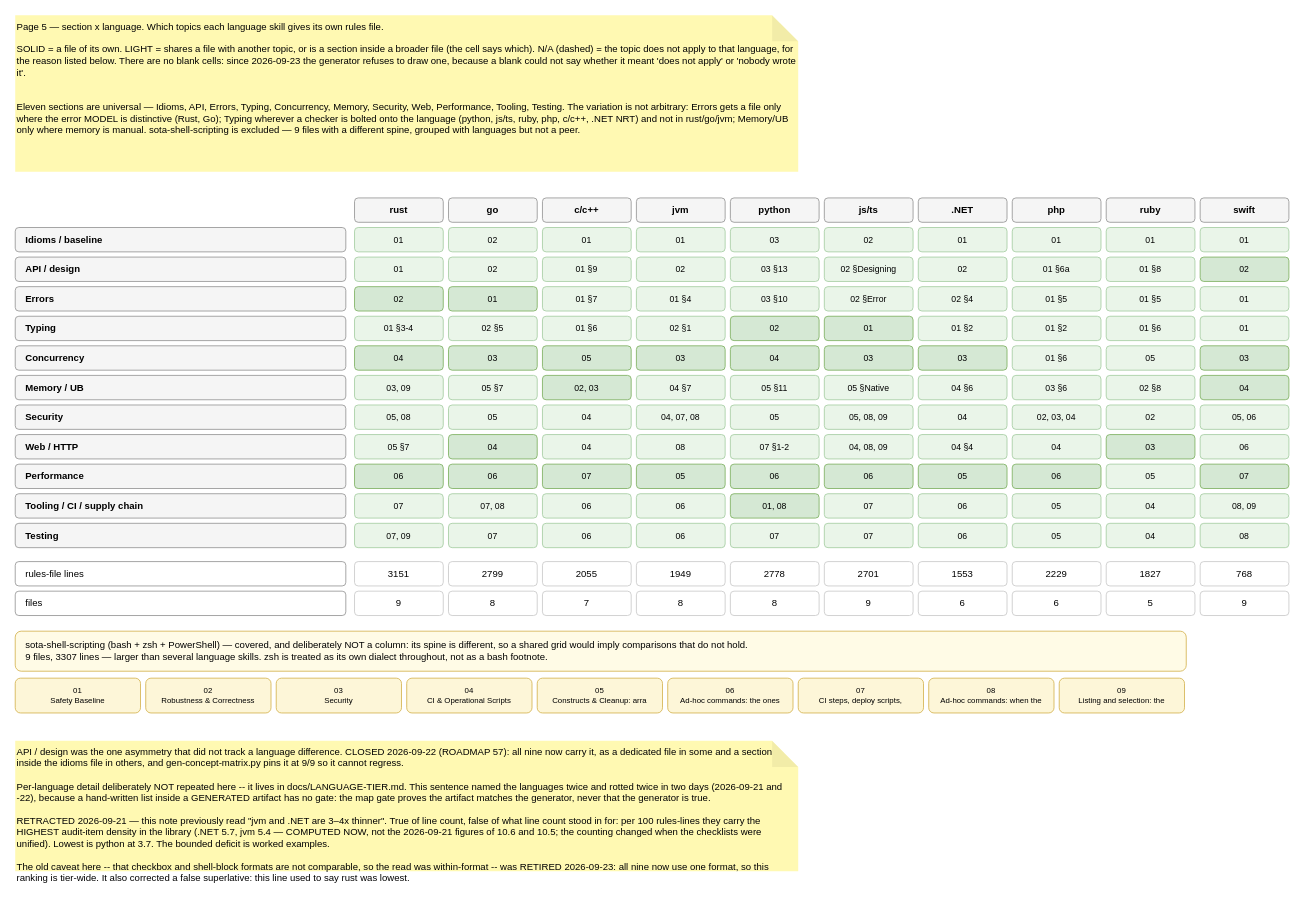
Before: page "5 · Section x language" (5 of 8) of docs/skill-map.drawio in martinholovsky/SOTA-skills, a draw.io diagram. Source tidied: cells renumbered, new cells numbered last; positions are measured from the earlier drawing's top-left corner, leaving out a move shared by most shapes. Both pictures are drawn from the tidied source at 87%, with x=0, y=0 at pixel (15, 15).
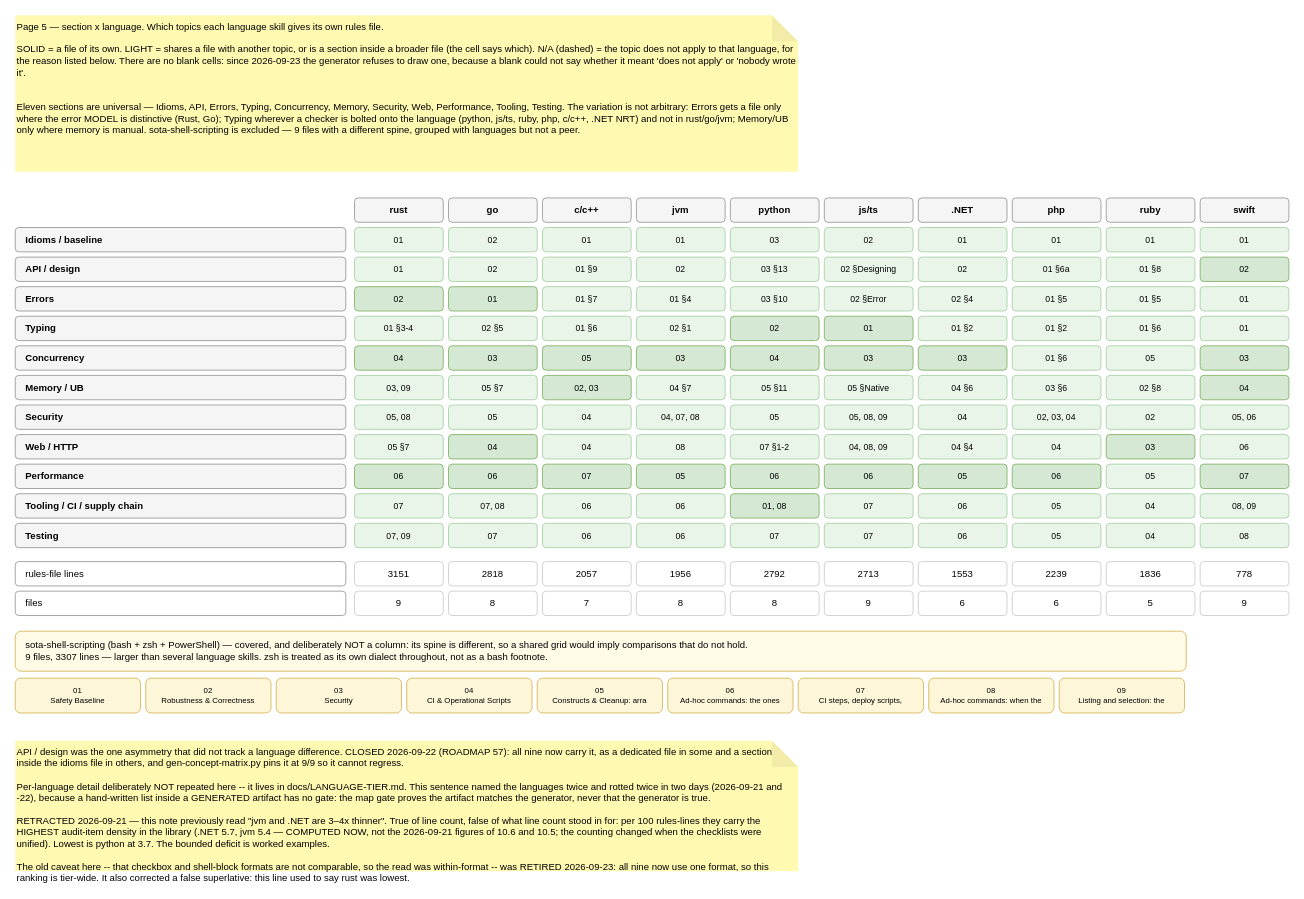
After the change.

The edit, as a diff of the source:
```diff
@@
-    <mxCell id="136" value="2799" style="rounded=1;whiteSpace=wrap;html=1;fontSize=11;fillColor=#ffffff;strokeColor=#cccccc;fontSize=11;" parent="1" vertex="1">
+    <mxCell id="136" value="2818" style="rounded=1;whiteSpace=wrap;html=1;fontSize=11;fillColor=#ffffff;strokeColor=#cccccc;fontSize=11;" parent="1" vertex="1">
       <mxGeometry x="498" y="628" width="102" height="28" as="geometry" />
     </mxCell>
-    <mxCell id="137" value="2055" style="rounded=1;whiteSpace=wrap;html=1;fontSize=11;fillColor=#ffffff;strokeColor=#cccccc;fontSize=11;" parent="1" vertex="1">
+    <mxCell id="137" value="2057" style="rounded=1;whiteSpace=wrap;html=1;fontSize=11;fillColor=#ffffff;strokeColor=#cccccc;fontSize=11;" parent="1" vertex="1">
       <mxGeometry x="606" y="628" width="102" height="28" as="geometry" />
     </mxCell>
-    <mxCell id="138" value="1949" style="rounded=1;whiteSpace=wrap;html=1;fontSize=11;fillColor=#ffffff;strokeColor=#cccccc;fontSize=11;" parent="1" vertex="1">
+    <mxCell id="138" value="1956" style="rounded=1;whiteSpace=wrap;html=1;fontSize=11;fillColor=#ffffff;strokeColor=#cccccc;fontSize=11;" parent="1" vertex="1">
       <mxGeometry x="714" y="628" width="102" height="28" as="geometry" />
     </mxCell>
-    <mxCell id="139" value="2778" style="rounded=1;whiteSpace=wrap;html=1;fontSize=11;fillColor=#ffffff;strokeColor=#cccccc;fontSize=11;" parent="1" vertex="1">
+    <mxCell id="139" value="2792" style="rounded=1;whiteSpace=wrap;html=1;fontSize=11;fillColor=#ffffff;strokeColor=#cccccc;fontSize=11;" parent="1" vertex="1">
       <mxGeometry x="822" y="628" width="102" height="28" as="geometry" />
     </mxCell>
-    <mxCell id="140" value="2701" style="rounded=1;whiteSpace=wrap;html=1;fontSize=11;fillColor=#ffffff;strokeColor=#cccccc;fontSize=11;" parent="1" vertex="1">
+    <mxCell id="140" value="2713" style="rounded=1;whiteSpace=wrap;html=1;fontSize=11;fillColor=#ffffff;strokeColor=#cccccc;fontSize=11;" parent="1" vertex="1">
       <mxGeometry x="930" y="628" width="102" height="28" as="geometry" />
     </mxCell>
@@
-    <mxCell id="142" value="2229" style="rounded=1;whiteSpace=wrap;html=1;fontSize=11;fillColor=#ffffff;strokeColor=#cccccc;fontSize=11;" parent="1" vertex="1">
+    <mxCell id="142" value="2239" style="rounded=1;whiteSpace=wrap;html=1;fontSize=11;fillColor=#ffffff;strokeColor=#cccccc;fontSize=11;" parent="1" vertex="1">
       <mxGeometry x="1146" y="628" width="102" height="28" as="geometry" />
     </mxCell>
-    <mxCell id="143" value="1827" style="rounded=1;whiteSpace=wrap;html=1;fontSize=11;fillColor=#ffffff;strokeColor=#cccccc;fontSize=11;" parent="1" vertex="1">
+    <mxCell id="143" value="1836" style="rounded=1;whiteSpace=wrap;html=1;fontSize=11;fillColor=#ffffff;strokeColor=#cccccc;fontSize=11;" parent="1" vertex="1">
       <mxGeometry x="1254" y="628" width="102" height="28" as="geometry" />
     </mxCell>
-    <mxCell id="144" value="768" style="rounded=1;whiteSpace=wrap;html=1;fontSize=11;fillColor=#ffffff;strokeColor=#cccccc;fontSize=11;" parent="1" vertex="1">
+    <mxCell id="144" value="778" style="rounded=1;whiteSpace=wrap;html=1;fontSize=11;fillColor=#ffffff;strokeColor=#cccccc;fontSize=11;" parent="1" vertex="1">
       <mxGeometry x="1362" y="628" width="102" height="28" as="geometry" />
     </mxCell>
```
